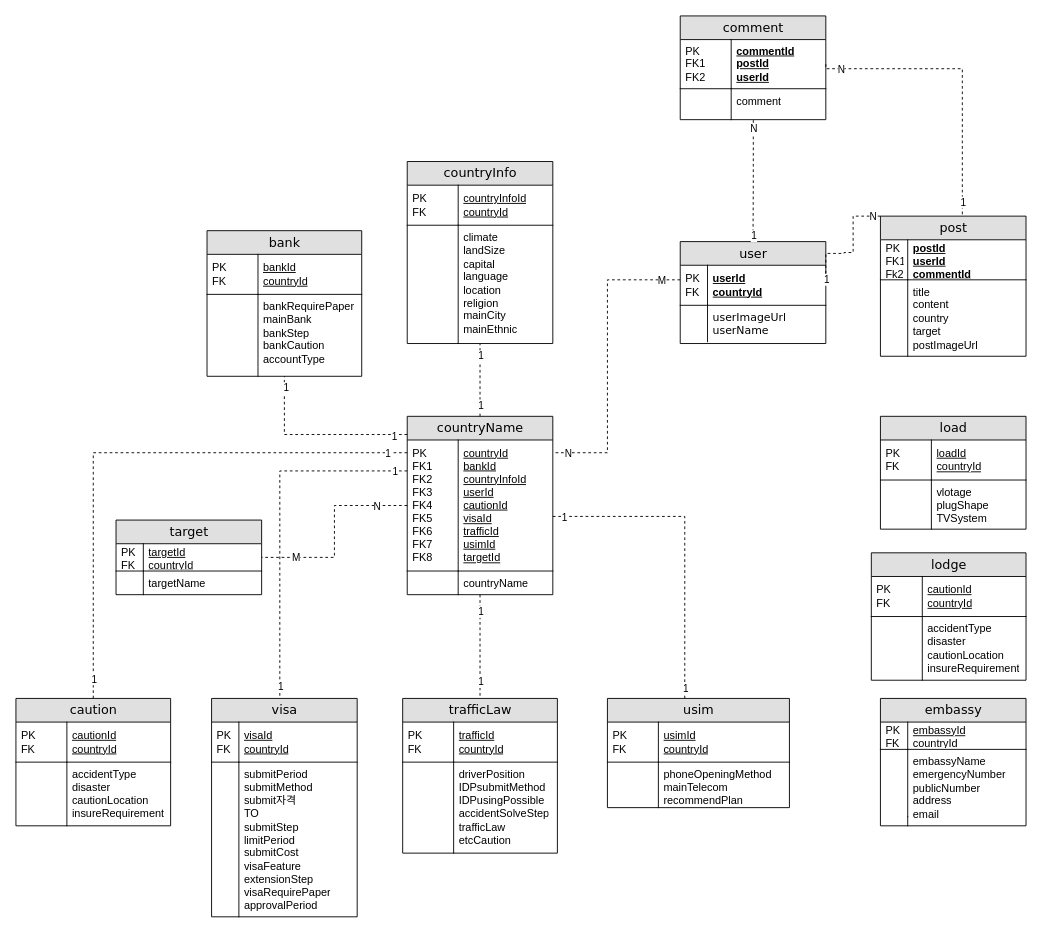
Before: ERD.drawio in qwe1234k/finalProjectERD, a draw.io diagram. Source tidied: cells renumbered, new cells numbered last; positions are measured from the earlier drawing's top-left corner, leaving out a move shared by most shapes. Both pictures are drawn from the tidied source at 91%, with x=0, y=0 at pixel (15, 15).
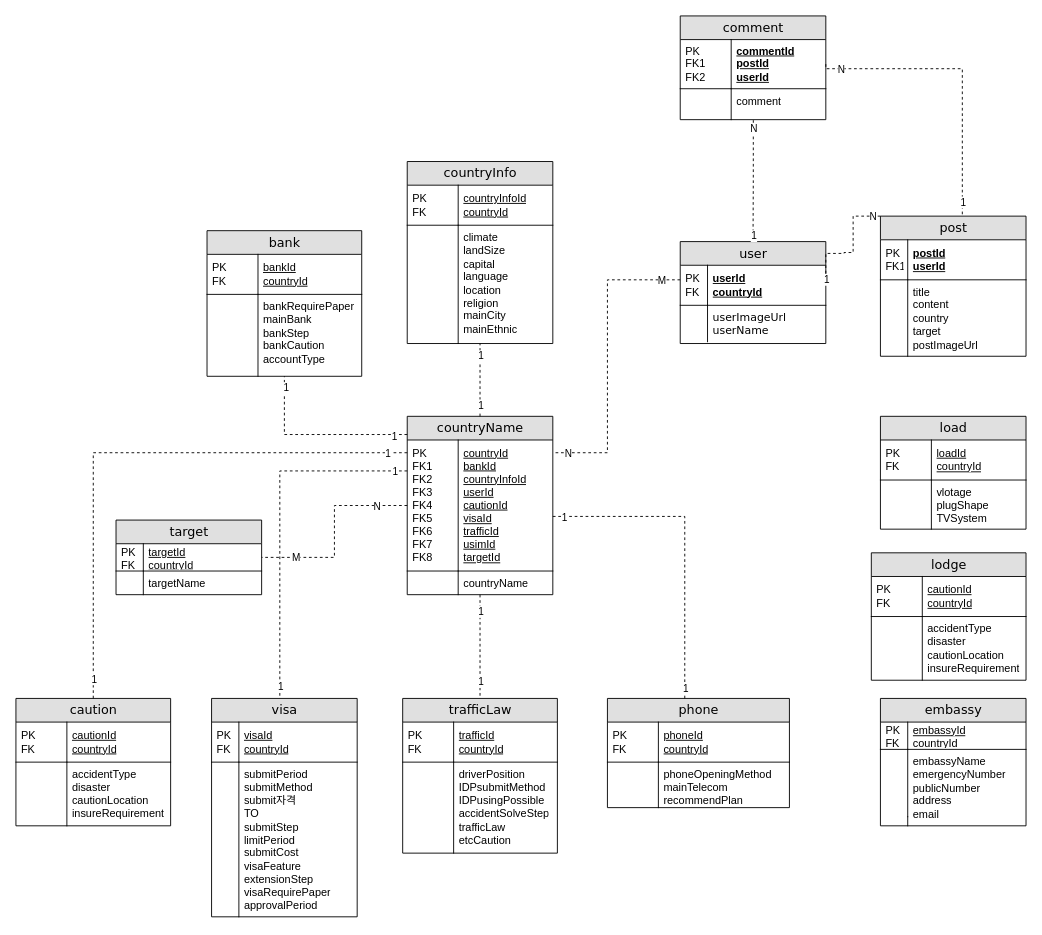
After the change.

The change refers to these unchanged cells:
```xml
<mxCell id="7" value="post" style="swimlane;html=1;fontStyle=0;horizontal=1;startSize=26;fillColor=#e0e0e0;swimlaneFillColor=#ffffff;align=center;rounded=0;shadow=0;comic=0;labelBackgroundColor=none;strokeWidth=1;fontFamily=Verdana;fontSize=14;" parent="1" vertex="1">
  <mxGeometry x="950" y="220" width="160" height="154" as="geometry" />
</mxCell>
```

The edit, as a diff of the source:
```diff
@@
-    <mxCell id="8" value="postId&lt;br&gt;userId&lt;br&gt;commentId" style="shape=partialRectangle;top=0;left=0;right=0;bottom=1;html=1;align=left;verticalAlign=middle;fillColor=none;spacingLeft=34;spacingRight=4;whiteSpace=wrap;overflow=hidden;fontStyle=5;" parent="7" vertex="1">
+    <mxCell id="8" value="postId&lt;br&gt;userId" style="shape=partialRectangle;top=0;left=0;right=0;bottom=1;html=1;align=left;verticalAlign=middle;fillColor=none;spacingLeft=34;spacingRight=4;whiteSpace=wrap;overflow=hidden;fontStyle=5;" parent="7" vertex="1">
       <mxGeometry y="26" width="160" height="44" as="geometry" />
     </mxCell>
-    <mxCell id="9" value="PK&lt;br&gt;FK1&lt;br&gt;Fk2" style="shape=partialRectangle;top=0;left=0;bottom=0;html=1;fillColor=none;align=left;verticalAlign=middle;spacingLeft=4;spacingRight=4;whiteSpace=wrap;overflow=hidden;" parent="8" vertex="1">
+    <mxCell id="9" value="PK&lt;br&gt;FK1" style="shape=partialRectangle;top=0;left=0;bottom=0;html=1;fillColor=none;align=left;verticalAlign=middle;spacingLeft=4;spacingRight=4;whiteSpace=wrap;overflow=hidden;" parent="8" vertex="1">
       <mxGeometry width="30" height="44" as="geometry" />
     </mxCell>
@@
-    <mxCell id="59" value="usim" style="swimlane;html=1;fontStyle=0;horizontal=1;startSize=26;fillColor=#e0e0e0;swimlaneFillColor=#ffffff;align=center;rounded=0;shadow=0;comic=0;labelBackgroundColor=none;strokeWidth=1;fontFamily=Verdana;fontSize=14;" parent="1" vertex="1">
+    <mxCell id="59" value="phone" style="swimlane;html=1;fontStyle=0;horizontal=1;startSize=26;fillColor=#e0e0e0;swimlaneFillColor=#ffffff;align=center;rounded=0;shadow=0;comic=0;labelBackgroundColor=none;strokeWidth=1;fontFamily=Verdana;fontSize=14;" parent="1" vertex="1">
       <mxGeometry x="650" y="750" width="200" height="120" as="geometry" />
     </mxCell>
-    <mxCell id="60" value="&lt;span style=&quot;font-weight: 400&quot;&gt;usimId&lt;br&gt;countryId&lt;br&gt;&lt;/span&gt;" style="shape=partialRectangle;top=0;left=0;right=0;bottom=1;html=1;align=left;verticalAlign=middle;fillColor=none;spacingLeft=60;spacingRight=4;whiteSpace=wrap;overflow=hidden;fontStyle=5;" parent="59" vertex="1">
+    <mxCell id="60" value="&lt;span style=&quot;font-weight: 400&quot;&gt;phoneId&lt;br&gt;countryId&lt;br&gt;&lt;/span&gt;" style="shape=partialRectangle;top=0;left=0;right=0;bottom=1;html=1;align=left;verticalAlign=middle;fillColor=none;spacingLeft=60;spacingRight=4;whiteSpace=wrap;overflow=hidden;fontStyle=5;" parent="59" vertex="1">
       <mxGeometry y="26" width="200" height="44" as="geometry" />
     </mxCell>
```
